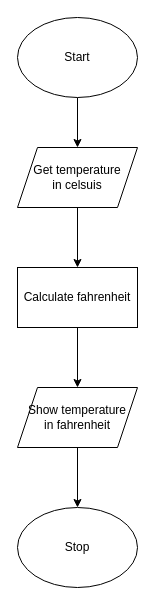
This is flowchart.drawio from Andrew-Ten-Den/ICS3U-Unit5-01-Python, a draw.io file, before an edit. Source tidied: cells renumbered, new cells numbered last; positions are measured from the earlier drawing's top-left corner, leaving out a move shared by most shapes. Both pictures are drawn from the tidied source at 100%, with x=0, y=0 at pixel (17, 17).
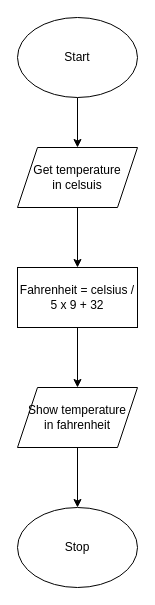
Above is the later version.

Change to the diagram source:
```diff
@@
 <mxGraphModel>
   <root>
     <mxCell id="0" />
     <mxCell id="1" parent="0" />
     <mxCell id="2" style="edgeStyle=none;html=1;" parent="1" edge="1" source="3" target="5">
       <mxGeometry relative="1" as="geometry" />
     </mxCell>
     <mxCell id="3" value="Start" style="ellipse;whiteSpace=wrap;html=1;" parent="1" vertex="1">
       <mxGeometry width="120" height="80" as="geometry" />
     </mxCell>
     <mxCell id="4" style="edgeStyle=none;html=1;entryX=0.5;entryY=0;entryDx=0;entryDy=0;" parent="1" edge="1" source="5" target="7">
       <mxGeometry relative="1" as="geometry" />
     </mxCell>
     <mxCell id="5" value="Get temperature&lt;br&gt;in celsuis" style="shape=parallelogram;perimeter=parallelogramPerimeter;whiteSpace=wrap;html=1;fixedSize=1;" parent="1" vertex="1">
       <mxGeometry y="130" width="120" height="60" as="geometry" />
     </mxCell>
     <mxCell id="6" style="edgeStyle=none;html=1;entryX=0.5;entryY=0;entryDx=0;entryDy=0;" parent="1" edge="1" source="7" target="10">
       <mxGeometry relative="1" as="geometry" />
     </mxCell>
-    <mxCell id="7" value="Calculate fahrenheit" style="rounded=0;whiteSpace=wrap;html=1;" parent="1" vertex="1">
+    <mxCell id="7" value="Fahrenheit = celsius / 5 x 9 + 32" style="rounded=0;whiteSpace=wrap;html=1;" parent="1" vertex="1">
       <mxGeometry y="250" width="120" height="60" as="geometry" />
     </mxCell>
     <mxCell id="8" value="Stop" style="ellipse;whiteSpace=wrap;html=1;" parent="1" vertex="1">
       <mxGeometry y="490" width="120" height="80" as="geometry" />
     </mxCell>
     <mxCell id="9" style="edgeStyle=none;html=1;entryX=0.5;entryY=0;entryDx=0;entryDy=0;" parent="1" edge="1" source="10" target="8">
       <mxGeometry relative="1" as="geometry" />
     </mxCell>
     <mxCell id="10" value="Show temperature&lt;br&gt;in fahrenheit" style="shape=parallelogram;perimeter=parallelogramPerimeter;whiteSpace=wrap;html=1;fixedSize=1;" parent="1" vertex="1">
       <mxGeometry y="370" width="120" height="60" as="geometry" />
     </mxCell>
   </root>
 </mxGraphModel>
```
